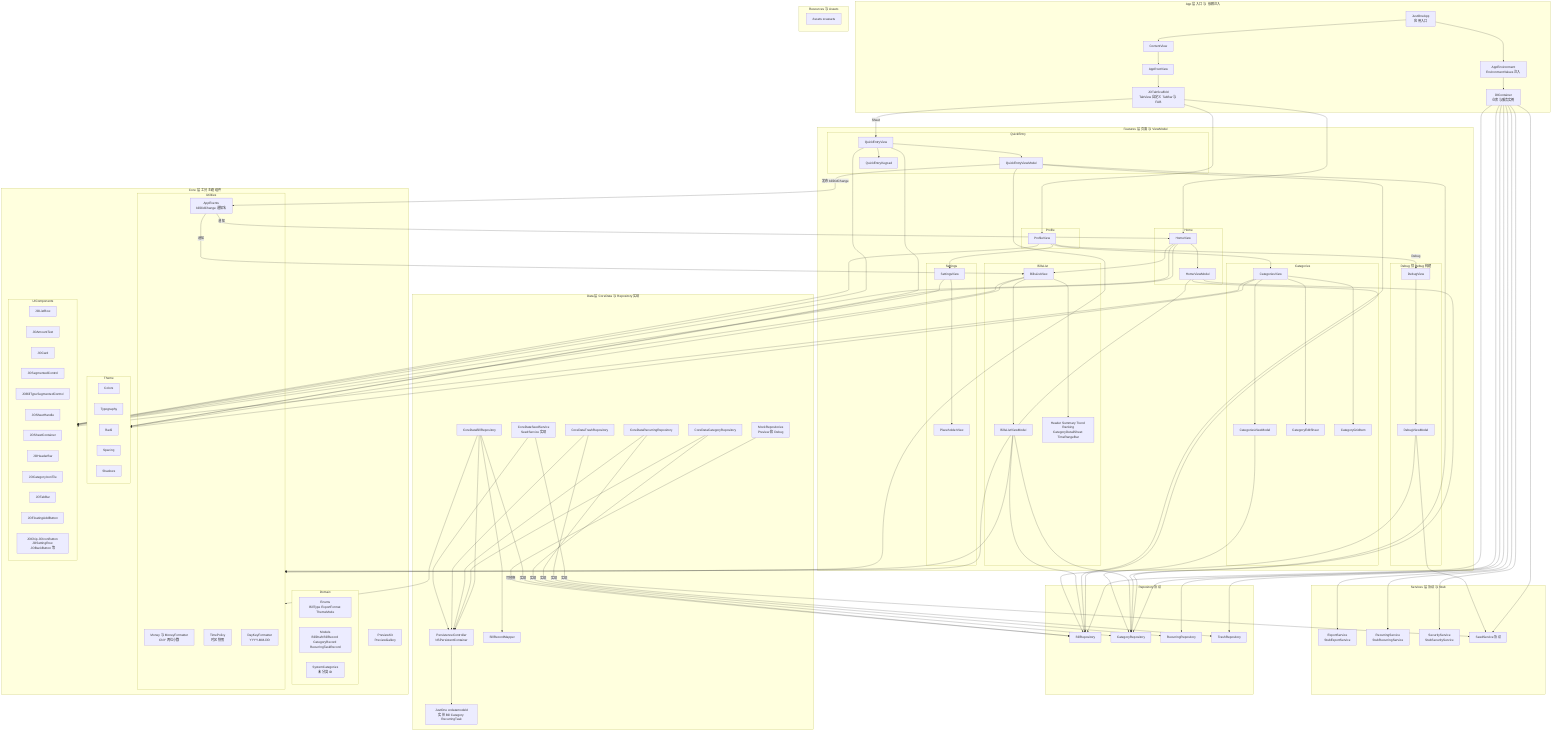
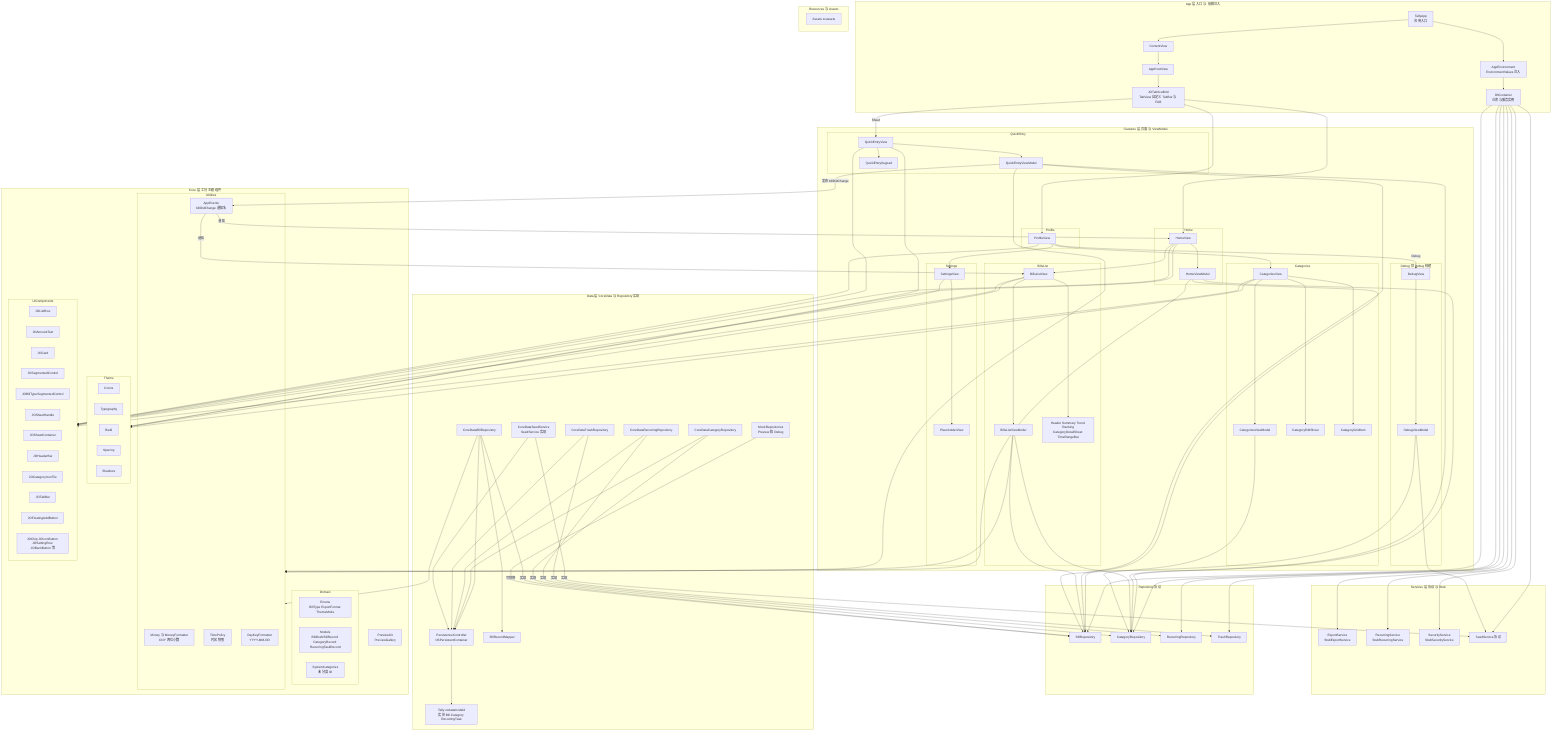
flowchart TB
  %% App 层
  subgraph AppLayer["App 层 入口 与 依赖注入"]
-     App_JustOneApp["JustOneApp<br/>应用入口"]
+     App_TallyApp["TallyApp<br/>应用入口"]
    App_ContentView["ContentView"]
    App_AppRoot["AppRootView"]
    App_TabScaffold["JOTabScaffold<br/>TabView 自定义 TabBar 与 FAB"]
    App_AppEnv["AppEnvironment<br/>EnvironmentValues 注入"]
    App_DI["DIContainer<br/>仓库与服务实例"]
  end

-   App_JustOneApp --> App_ContentView --> App_AppRoot --> App_TabScaffold
-   App_JustOneApp --> App_AppEnv --> App_DI
+   App_TallyApp --> App_ContentView --> App_AppRoot --> App_TabScaffold
+   App_TallyApp --> App_AppEnv --> App_DI

  %% Features 层
  subgraph FeaturesLayer["Features 层 页面 与 ViewModel"]
    subgraph FeatureHome["Home"]
      Home_View["HomeView"]
      Home_VM["HomeViewModel"]
    end

    subgraph FeatureQuickEntry["QuickEntry"]
      QE_View["QuickEntryView"]
      QE_VM["QuickEntryViewModel"]
      QE_Keypad["QuickEntryKeypad"]
    end

    subgraph FeatureBillsList["BillsList"]
      BL_View["BillsListView"]
      BL_VM["BillsListViewModel"]
      BL_SubViews["Header Summary Trend Ranking<br/>CategoryDetailSheet TimeRangeBar"]
    end

    subgraph FeatureCategories["Categories"]
      Cat_View["CategoriesView"]
      Cat_VM["CategoriesViewModel"]
      Cat_Edit["CategoryEditSheet"]
      Cat_Grid["CategoryGridItem"]
    end

    subgraph FeatureProfile["Profile"]
      Profile_View["ProfileView"]
    end

    subgraph FeatureSettings["Settings"]
      Settings_View["SettingsView"]
      Placeholder_View["PlaceholderView"]
    end

    subgraph FeatureDebug["Debug 仅 Debug 构建"]
      Debug_View["DebugView"]
      Debug_VM["DebugViewModel"]
    end
  end

  %% 导航与 UI 流程
  App_TabScaffold --> Home_View
  App_TabScaffold --> Profile_View
  App_TabScaffold -->|Sheet| QE_View
  Home_View --> BL_View
  Profile_View --> Cat_View
  Profile_View --> Settings_View
  Settings_View --> Placeholder_View
  Profile_View -->|Debug| Debug_View

  Home_View --> Home_VM
  QE_View --> QE_VM
  QE_View --> QE_Keypad
  BL_View --> BL_VM
  BL_View --> BL_SubViews
  Cat_View --> Cat_VM
  Cat_View --> Cat_Edit
  Cat_View --> Cat_Grid
  Debug_View --> Debug_VM

  %% Services 层
  subgraph ServicesLayer["Services 层 协议 与 Stub"]
    S_Export["ExportService<br/>StubExportService"]
    S_Recurring["RecurringService<br/>StubRecurringService"]
    S_Security["SecurityService<br/>StubSecurityService"]
    S_Seed["SeedService 协议"]
  end

  App_DI --> S_Export
  App_DI --> S_Recurring
  App_DI --> S_Security
  App_DI --> S_Seed

  %% Repository 协议
  subgraph RepoProtocols["Repository 协议"]
    R_Bill["BillRepository"]
    R_Category["CategoryRepository"]
    R_Recurring["RecurringRepository"]
    R_Trash["TrashRepository"]
  end

  App_DI --> R_Bill
  App_DI --> R_Category
  App_DI --> R_Recurring
  App_DI --> R_Trash

  %% Data 层
  subgraph DataLayer["Data 层 CoreData 与 Repository 实现"]
    D_Persistence["PersistenceController<br/>NSPersistentContainer"]
-     D_Model["JustOne xcdatamodeld<br/>实体 Bill Category RecurringTask"]
+     D_Model["Tally xcdatamodeld<br/>实体 Bill Category RecurringTask"]
    D_BillRepo["CoreDataBillRepository"]
    D_CategoryRepo["CoreDataCategoryRepository"]
    D_RecurringRepo["CoreDataRecurringRepository"]
    D_TrashRepo["CoreDataTrashRepository"]
    D_BillMapper["BillRecordMapper"]
    D_SeedImpl["CoreDataSeedService<br/>SeedService 实现"]
    D_MockRepos["MockRepositories<br/>Preview 和 Debug"]
  end

  D_BillRepo -->|实现| R_Bill
  D_CategoryRepo -->|实现| R_Category
  D_RecurringRepo -->|实现| R_Recurring
  D_TrashRepo -->|实现| R_Trash
  D_SeedImpl -->|实现| S_Seed
  D_MockRepos -->|可替换| R_Bill

  D_BillRepo --> D_Persistence
  D_CategoryRepo --> D_Persistence
  D_RecurringRepo --> D_Persistence
  D_TrashRepo --> D_Persistence
  D_Persistence --> D_Model
  D_BillRepo --> D_BillMapper
  D_SeedImpl --> D_Persistence

  %% Core 层
  subgraph CoreLayer["Core 层 工具 主题 组件"]
    subgraph CoreDomain["Domain"]
      C_Enums["Enums<br/>BillType ExportFormat ThemeMode"]
      C_Models["Models<br/>BillDraft BillRecord CategoryRecord RecurringTaskRecord"]
      C_SystemCat["SystemCategories<br/>未分类 ID"]
    end

    subgraph CoreUtilities["Utilities"]
      C_Money["Money 与 MoneyFormatter<br/>CNY 两位小数"]
      C_TimePolicy["TimePolicy<br/>时区快照"]
      C_DayKey["DayKeyFormatter<br/>YYYY-MM-DD"]
      C_AppEvents["AppEvents<br/>billDidChange 通知名"]
    end

    subgraph CoreTheme["Theme"]
      C_Colors["Colors"]
      C_Typography["Typography"]
      C_Radii["Radii"]
      C_Spacing["Spacing"]
      C_Shadows["Shadows"]
    end

    subgraph CoreComponents["UIComponents"]
      C_ListRow["JOListRow"]
      C_AmountText["JOAmountText"]
      C_Card["JOCard"]
      C_Segmented["JOSegmentedControl"]
      C_BillTypeSeg["JOBillTypeSegmentedControl"]
      C_SheetHandle["JOSheetHandle"]
      C_SheetContainer["JOSheetContainer"]
      C_HeaderBar["JOHeaderBar"]
      C_CategoryTile["JOCategoryIconTile"]
      C_TabBar["JOTabBar"]
      C_FAB["JOFloatingAddButton"]
      C_Other["JOChip JOIconButton JOSettingRow JOBackButton 等"]
    end

    CorePreview["PreviewKit<br/>PreviewGallery"]
  end

  %% 资源
  subgraph Resources["Resources 与 Assets"]
    Assets["Assets xcassets"]
  end

  %% Feature 依赖 Repository 与 Service
  Home_VM --> R_Bill
  Home_VM --> R_Category
  QE_VM --> R_Bill
  QE_VM --> R_Category
  BL_VM --> R_Bill
  BL_VM --> R_Category
  Cat_VM --> R_Category
  Debug_VM --> R_Bill
  Debug_VM --> S_Seed

  %% Feature 依赖 Core
  Home_View --> CoreComponents
  QE_View --> CoreComponents
  BL_View --> CoreComponents
  Cat_View --> CoreComponents
  Settings_View --> CoreComponents
  Profile_View --> CoreComponents

  Home_View --> CoreTheme
  QE_View --> CoreTheme
  BL_View --> CoreTheme
  Cat_View --> CoreTheme

  Home_VM --> CoreUtilities
  QE_VM --> CoreUtilities
  BL_VM --> CoreUtilities
  D_BillRepo --> CoreUtilities

  %% AppEvents 通知流
  QE_VM -->|发布 billDidChange| C_AppEvents
  C_AppEvents -->|通知| Home_View
  C_AppEvents -->|通知| BL_View
